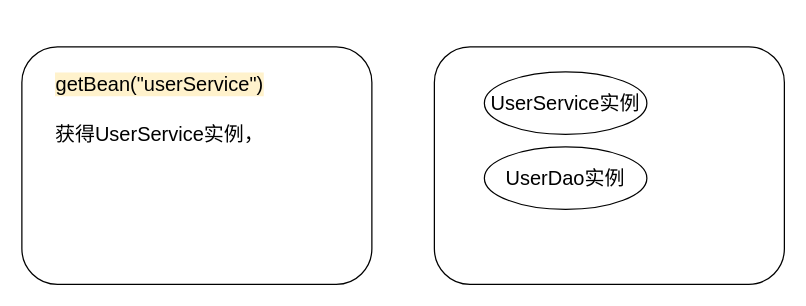
Chris-z-su/wollo keeps this draw.io diagram as page "Spring学习" (2 of 2) of study/Spring学习.drawio. Above is the earlier version. Source tidied: cells renumbered, new cells numbered last; positions are measured from the earlier drawing's top-left corner, leaving out a move shared by most shapes. Both pictures are drawn from the tidied source at 125%, with x=0, y=0 at pixel (21, 46).
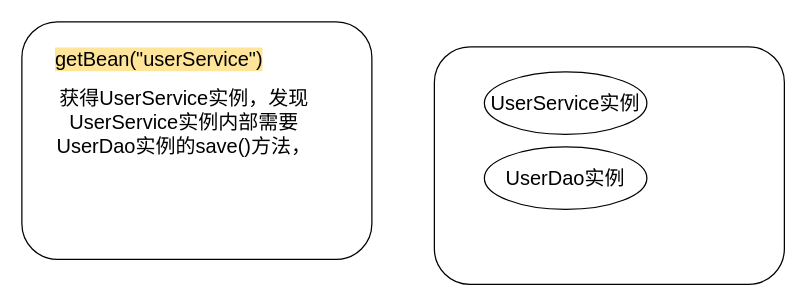
The same page after the edit.

Diff of the diagram source:
```diff
@@
 <mxGraphModel>
   <root>
     <mxCell id="0" />
     <mxCell id="1" parent="0" />
-    <mxCell id="2" style="rounded=1;whiteSpace=wrap;html=1;fillColor=none;" parent="1" vertex="1">
-      <mxGeometry width="280" height="190" as="geometry" />
+    <mxCell id="2" style="rounded=1;whiteSpace=wrap;html=1;fillColor=none;align=left;verticalAlign=top;" parent="1" vertex="1">
+      <mxGeometry y="-20" width="280" height="190" as="geometry" />
     </mxCell>
     <mxCell id="3" style="rounded=1;whiteSpace=wrap;html=1;" parent="1" vertex="1">
       <mxGeometry x="330" width="280" height="190" as="geometry" />
     </mxCell>
-    <mxCell id="4" value="&lt;font style=&quot;font-size: 16px&quot;&gt;getBean(&quot;userService&quot;)&lt;/font&gt;" style="text;html=1;align=center;verticalAlign=middle;fillColor=none;strokeColor=none;rounded=0;labelBackgroundColor=#FFF2CC;" parent="1" vertex="1">
-      <mxGeometry x="20" y="20" width="180" height="20" as="geometry" />
-    </mxCell>
-    <mxCell id="5" value="获得UserService实例，" style="text;html=1;align=center;verticalAlign=middle;fillColor=none;strokeColor=none;rounded=0;labelBackgroundColor=none;fontSize=16;" parent="1" vertex="1">
-      <mxGeometry x="20" y="60" width="180" height="20" as="geometry" />
-    </mxCell>
     <mxCell id="6" value="UserService实例" style="ellipse;whiteSpace=wrap;html=1;labelBackgroundColor=none;fontSize=16;fillColor=none;" parent="1" vertex="1">
       <mxGeometry x="370" y="20" width="130" height="50" as="geometry" />
     </mxCell>
     <mxCell id="7" value="UserDao实例" style="ellipse;whiteSpace=wrap;html=1;labelBackgroundColor=none;fontSize=16;fillColor=none;" parent="1" vertex="1">
       <mxGeometry x="370" y="80" width="130" height="50" as="geometry" />
     </mxCell>
+    <mxCell id="4" value="&lt;div style=&quot;text-align: left&quot;&gt;&lt;span style=&quot;font-size: 16px;&quot;&gt;getBean(&quot;userService&quot;)&lt;/span&gt;&lt;/div&gt;" style="text;html=1;strokeColor=none;fillColor=none;align=center;verticalAlign=middle;whiteSpace=wrap;rounded=0;labelBackgroundColor=#FFE599;" parent="1" vertex="1">
+      <mxGeometry x="20" y="-10" width="180" height="40" as="geometry" />
+    </mxCell>
+    <mxCell id="8" value="&lt;span style=&quot;font-size: 16px ; text-align: left&quot;&gt;获得UserService实例，发现UserService实例内部需要UserDao实例的save()方法，&lt;/span&gt;" style="text;html=1;strokeColor=none;fillColor=none;align=center;verticalAlign=middle;whiteSpace=wrap;rounded=0;" parent="1" vertex="1">
+      <mxGeometry x="20" y="30" width="220" height="60" as="geometry" />
+    </mxCell>
   </root>
 </mxGraphModel>
```
